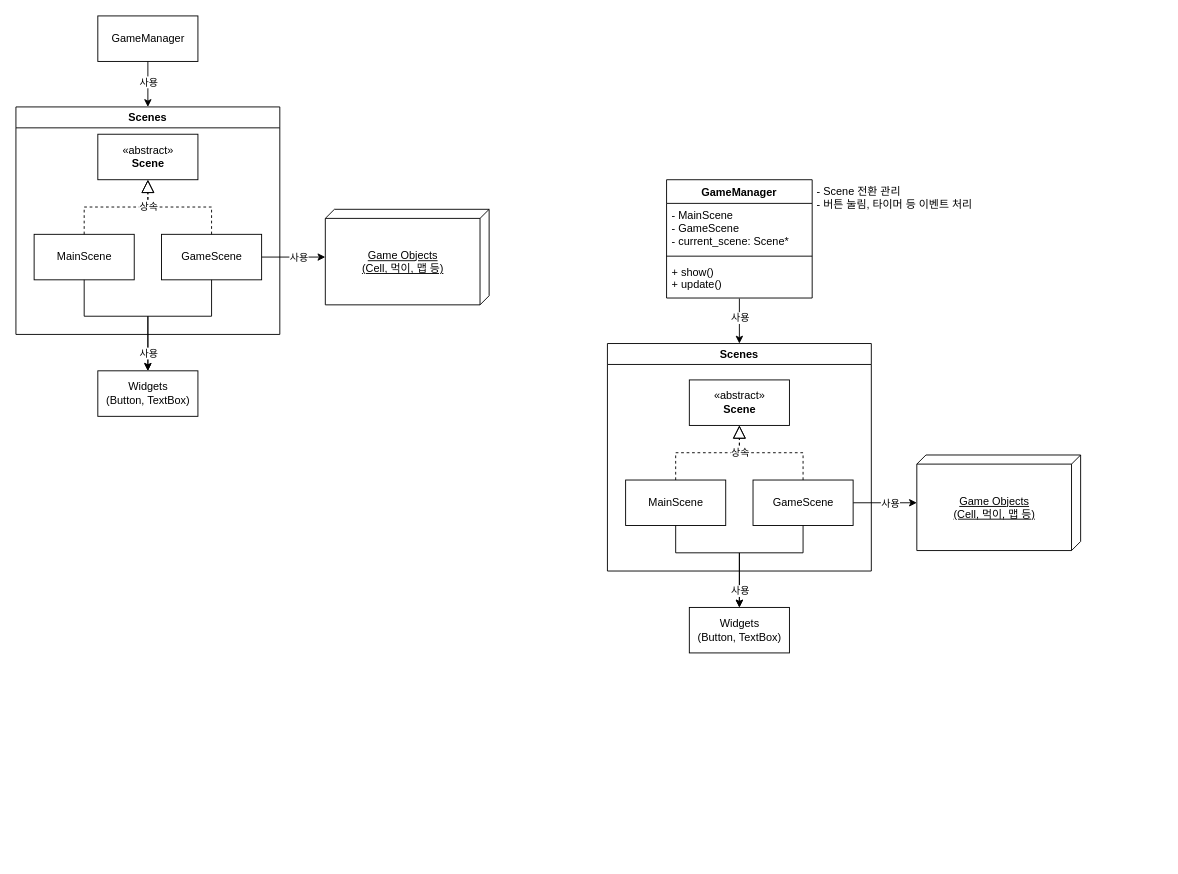
Above: high_level.drawio in Jirung-E/NetGame_Agar (draw.io), before the change. Source tidied: cells renumbered, new cells numbered last; positions are measured from the earlier drawing's top-left corner, leaving out a move shared by most shapes. Both pictures are drawn from the tidied source at 91%, with x=0, y=0 at pixel (15, 15).
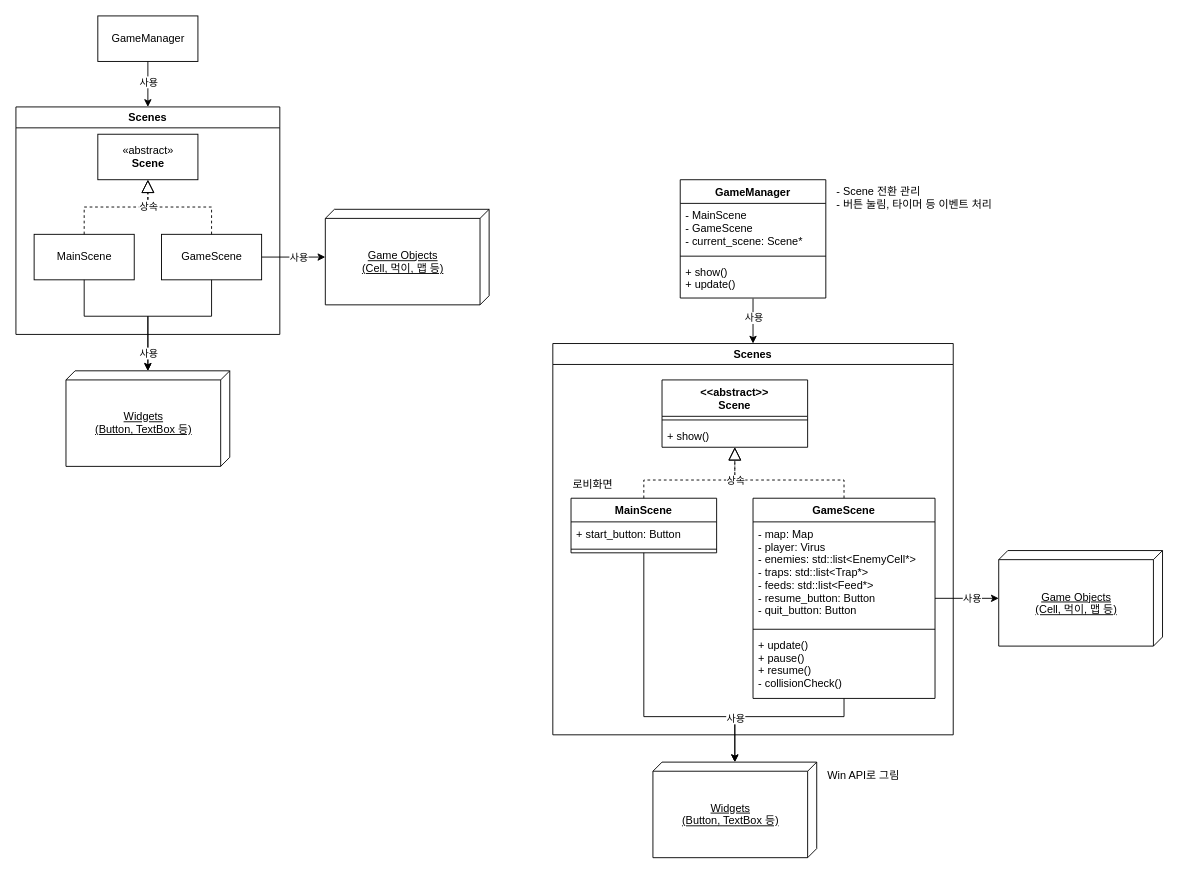
After the change.

Commit message:
high level design

The change refers to these unchanged cells:
```xml
<mxCell id="12" value="MainScene" style="html=1;" parent="11" vertex="1">
  <mxGeometry x="20" y="140" width="110" height="50" as="geometry" />
</mxCell>
<mxCell id="13" value="GameScene" style="html=1;" parent="11" vertex="1">
  <mxGeometry x="160" y="140" width="110" height="50" as="geometry" />
</mxCell>
```

What changed in the source:
```diff
@@
-    <mxCell id="6" value="&amp;nbsp;- Scene 전환 관리&lt;br&gt;&amp;nbsp;- 버튼 눌림, 타이머 등 이벤트 처리" style="text;html=1;strokeColor=none;fillColor=none;align=left;verticalAlign=middle;whiteSpace=wrap;rounded=0;" parent="1" vertex="1">
-      <mxGeometry x="875" y="180" width="195" height="40" as="geometry" />
+    <mxCell id="6" value="- Scene 전환 관리&lt;br&gt;- 버튼 눌림, 타이머 등 이벤트 처리" style="text;html=1;strokeColor=none;fillColor=none;align=left;verticalAlign=middle;whiteSpace=wrap;rounded=0;" parent="1" vertex="1">
+      <mxGeometry x="900" y="180" width="195" height="40" as="geometry" />
     </mxCell>
     <mxCell id="7" value="GameManager" style="swimlane;fontStyle=1;align=center;verticalAlign=top;horizontal=1;startSize=26;" parent="1" vertex="1">
-      <mxGeometry x="715" y="180" width="160" height="130" as="geometry" />
+      <mxGeometry x="730" y="180" width="160" height="130" as="geometry" />
     </mxCell>
@@
-    <mxCell id="18" value="Widgets&lt;br&gt;(Button, TextBox)" style="html=1;" parent="1" vertex="1">
-      <mxGeometry x="90" y="390" width="110" height="50" as="geometry" />
-    </mxCell>
-    <mxCell id="19" style="edgeStyle=none;html=1;exitX=0.5;exitY=1;exitDx=0;exitDy=0;entryX=0.5;entryY=0;entryDx=0;entryDy=0;rounded=0;" parent="1" edge="1" source="12" target="18">
+    <mxCell id="19" style="edgeStyle=none;html=1;exitX=0.5;exitY=1;exitDx=0;exitDy=0;entryX=0.5;entryY=0;entryDx=0;entryDy=0;rounded=0;" parent="1" edge="1" source="12">
       <mxGeometry relative="1" as="geometry">
+        <mxPoint x="145" y="390" as="targetPoint" />
         <Array as="points">
           <mxPoint x="75" y="330" />
           <mxPoint x="145" y="330" />
         </Array>
       </mxGeometry>
     </mxCell>
-    <mxCell id="20" style="edgeStyle=none;html=1;exitX=0.5;exitY=1;exitDx=0;exitDy=0;entryX=0.5;entryY=0;entryDx=0;entryDy=0;rounded=0;" parent="1" edge="1" source="13" target="18">
+    <mxCell id="20" style="edgeStyle=none;html=1;exitX=0.5;exitY=1;exitDx=0;exitDy=0;rounded=0;" parent="1" edge="1" source="13" target="51">
       <mxGeometry relative="1" as="geometry">
         <Array as="points">
           <mxPoint x="215" y="330" />
           <mxPoint x="145" y="330" />
         </Array>
       </mxGeometry>
     </mxCell>
@@
-    <mxCell id="24" style="edgeStyle=none;rounded=0;html=1;exitX=1;exitY=0.5;exitDx=0;exitDy=0;" parent="1" edge="1" source="29" target="26">
+    <mxCell id="24" style="edgeStyle=none;rounded=0;html=1;" parent="1" edge="1" source="29" target="26">
       <mxGeometry relative="1" as="geometry" />
     </mxCell>
@@
     <mxCell id="26" value="&lt;br&gt;&lt;br&gt;Game Objects&lt;br&gt;(Cell, 먹이, 맵 등)" style="verticalAlign=top;align=center;spacingTop=8;spacingLeft=2;spacingRight=12;shape=cube;size=10;direction=south;fontStyle=4;html=1;" parent="1" vertex="1">
-      <mxGeometry x="990" y="482.5" width="180" height="105" as="geometry" />
+      <mxGeometry x="1080" y="587.5" width="180" height="105" as="geometry" />
     </mxCell>
     <mxCell id="27" value="Scenes" style="swimlane;whiteSpace=wrap;html=1;" parent="1" vertex="1">
-      <mxGeometry x="650" y="360" width="290" height="250" as="geometry" />
+      <mxGeometry x="590" y="360" width="440" height="430" as="geometry" />
     </mxCell>
+    <mxCell id="32" style="endArrow=block;dashed=1;endFill=0;endSize=12;html=1;rounded=0;" parent="27" edge="1" source="29" target="40">
+      <mxGeometry relative="1" as="geometry">
+        <Array as="points">
+          <mxPoint x="320" y="150" />
+          <mxPoint x="200" y="150" />
+        </Array>
+      </mxGeometry>
+    </mxCell>
+    <mxCell id="40" value="&lt;&lt;abstract&gt;&gt;&#10;Scene" style="swimlane;fontStyle=1;align=center;verticalAlign=top;horizontal=1;startSize=40;" parent="27" vertex="1">
+      <mxGeometry x="120" y="40" width="160" height="74" as="geometry" />
+    </mxCell>
+    <mxCell id="41" style="line;strokeWidth=1;fillColor=none;align=left;verticalAlign=middle;spacingTop=-1;spacingLeft=3;spacingRight=3;labelPosition=right;strokeColor=inherit;" parent="40" vertex="1">
+      <mxGeometry y="40" width="160" height="8" as="geometry" />
+    </mxCell>
+    <mxCell id="42" value="+ show()" style="text;strokeColor=none;fillColor=none;align=left;verticalAlign=top;spacingLeft=4;spacingRight=4;overflow=hidden;" parent="40" vertex="1">
+      <mxGeometry y="48" width="160" height="26" as="geometry" />
+    </mxCell>
-    <mxCell id="28" value="MainScene" style="html=1;" parent="27" vertex="1">
-      <mxGeometry x="20" y="150" width="110" height="50" as="geometry" />
+    <mxCell id="28" value="MainScene" style="swimlane;fontStyle=1;align=center;verticalAlign=top;horizontal=1;startSize=26;" parent="27" vertex="1">
+      <mxGeometry x="20" y="170" width="160" height="60" as="geometry" />
     </mxCell>
+    <mxCell id="43" value="+ start_button: Button" style="text;strokeColor=none;fillColor=none;align=left;verticalAlign=top;spacingLeft=4;spacingRight=4;overflow=hidden;" parent="28" vertex="1">
+      <mxGeometry y="26" width="160" height="26" as="geometry" />
+    </mxCell>
+    <mxCell id="44" style="line;strokeWidth=1;fillColor=none;align=left;verticalAlign=middle;spacingTop=-1;spacingLeft=3;spacingRight=3;labelPosition=right;strokeColor=inherit;" parent="28" vertex="1">
+      <mxGeometry y="52" width="160" height="8" as="geometry" />
+    </mxCell>
+    <mxCell id="31" style="endArrow=block;dashed=1;endFill=0;endSize=12;html=1;rounded=0;" parent="27" edge="1" source="28" target="40">
+      <mxGeometry relative="1" as="geometry">
+        <Array as="points">
+          <mxPoint x="100" y="150" />
+          <mxPoint x="200" y="150" />
+        </Array>
+      </mxGeometry>
+    </mxCell>
+    <mxCell id="33" value="상속" style="edgeLabel;html=1;align=center;verticalAlign=middle;" parent="31" vertex="1">
+      <mxGeometry x="0.5" relative="1" as="geometry">
+        <mxPoint x="3" as="offset" />
+      </mxGeometry>
+    </mxCell>
-    <mxCell id="29" value="GameScene" style="html=1;" parent="27" vertex="1">
-      <mxGeometry x="160" y="150" width="110" height="50" as="geometry" />
+    <mxCell id="29" value="GameScene" style="swimlane;fontStyle=1;align=center;verticalAlign=top;horizontal=1;startSize=26;" parent="27" vertex="1">
+      <mxGeometry x="220" y="170" width="200" height="220" as="geometry" />
     </mxCell>
-    <mxCell id="30" value="«abstract»&lt;br&gt;&lt;b&gt;Scene&lt;/b&gt;" style="html=1;" parent="27" vertex="1">
-      <mxGeometry x="90" y="40" width="110" height="50" as="geometry" />
-    </mxCell>
-    <mxCell id="31" style="endArrow=block;dashed=1;endFill=0;endSize=12;html=1;rounded=0;exitX=0.5;exitY=0;exitDx=0;exitDy=0;entryX=0.5;entryY=1;entryDx=0;entryDy=0;" parent="27" edge="1" source="28" target="30">
-      <mxGeometry relative="1" as="geometry">
-        <Array as="points">
-          <mxPoint x="75" y="120" />
-          <mxPoint x="145" y="120" />
-        </Array>
-      </mxGeometry>
-    </mxCell>
-    <mxCell id="32" style="endArrow=block;dashed=1;endFill=0;endSize=12;html=1;rounded=0;exitX=0.5;exitY=0;exitDx=0;exitDy=0;entryX=0.5;entryY=1;entryDx=0;entryDy=0;" parent="27" edge="1" source="29" target="30">
-      <mxGeometry relative="1" as="geometry">
-        <Array as="points">
-          <mxPoint x="215" y="120" />
-          <mxPoint x="145" y="120" />
-        </Array>
-      </mxGeometry>
-    </mxCell>
-    <mxCell id="33" value="상속" style="edgeLabel;html=1;align=center;verticalAlign=middle;" parent="32" vertex="1">
-      <mxGeometry x="0.67" relative="1" as="geometry">
-        <mxPoint y="8" as="offset" />
-      </mxGeometry>
-    </mxCell>
-    <mxCell id="34" value="Widgets&lt;br&gt;(Button, TextBox)" style="html=1;" parent="1" vertex="1">
-      <mxGeometry x="740" y="650" width="110" height="50" as="geometry" />
-    </mxCell>
+    <mxCell id="45" value="- map: Map&#10;- player: Virus&#10;- enemies: std::list&lt;EnemyCell*&gt;&#10;- traps: std::list&lt;Trap*&gt;&#10;- feeds: std::list&lt;Feed*&gt;&#10;- resume_button: Button&#10;- quit_button: Button" style="text;strokeColor=none;fillColor=none;align=left;verticalAlign=top;spacingLeft=4;spacingRight=4;overflow=hidden;" parent="29" vertex="1">
+      <mxGeometry y="26" width="200" height="114" as="geometry" />
+    </mxCell>
+    <mxCell id="46" style="line;strokeWidth=1;fillColor=none;align=left;verticalAlign=middle;spacingTop=-1;spacingLeft=3;spacingRight=3;labelPosition=right;strokeColor=inherit;" parent="29" vertex="1">
+      <mxGeometry y="140" width="200" height="8" as="geometry" />
+    </mxCell>
+    <mxCell id="47" value="+ update()&#10;+ pause()&#10;+ resume()&#10;- collisionCheck()&#10;" style="text;strokeColor=none;fillColor=none;align=left;verticalAlign=top;spacingLeft=4;spacingRight=4;overflow=hidden;" parent="29" vertex="1">
+      <mxGeometry y="148" width="200" height="72" as="geometry" />
+    </mxCell>
+    <mxCell id="48" value="로비화면" style="text;html=1;strokeColor=none;fillColor=none;align=left;verticalAlign=middle;whiteSpace=wrap;rounded=0;" parent="27" vertex="1">
+      <mxGeometry x="20" y="140" width="60" height="30" as="geometry" />
+    </mxCell>
-    <mxCell id="35" style="edgeStyle=none;html=1;exitX=0.5;exitY=1;exitDx=0;exitDy=0;entryX=0.5;entryY=0;entryDx=0;entryDy=0;rounded=0;" parent="1" edge="1" source="28" target="34">
+    <mxCell id="35" style="edgeStyle=none;html=1;rounded=0;" parent="1" edge="1" source="28" target="50">
       <mxGeometry relative="1" as="geometry">
         <Array as="points">
-          <mxPoint x="725" y="590" />
-          <mxPoint x="795" y="590" />
+          <mxPoint x="690" y="770" />
+          <mxPoint x="790" y="770" />
         </Array>
       </mxGeometry>
     </mxCell>
-    <mxCell id="36" style="edgeStyle=none;html=1;exitX=0.5;exitY=1;exitDx=0;exitDy=0;entryX=0.5;entryY=0;entryDx=0;entryDy=0;rounded=0;" parent="1" edge="1" source="29" target="34">
+    <mxCell id="36" style="edgeStyle=none;html=1;rounded=0;" parent="1" edge="1" source="29" target="50">
       <mxGeometry relative="1" as="geometry">
         <Array as="points">
-          <mxPoint x="865" y="590" />
-          <mxPoint x="795" y="590" />
+          <mxPoint x="910" y="770" />
+          <mxPoint x="790" y="770" />
         </Array>
       </mxGeometry>
     </mxCell>
     <mxCell id="37" value="사용" style="edgeLabel;html=1;align=center;verticalAlign=middle;" parent="36" vertex="1">
       <mxGeometry x="0.67" relative="1" as="geometry">
-        <mxPoint y="7" as="offset" />
+        <mxPoint y="-18" as="offset" />
       </mxGeometry>
     </mxCell>
@@
+    <mxCell id="49" value="Win API로 그림" style="text;html=1;strokeColor=none;fillColor=none;align=left;verticalAlign=middle;whiteSpace=wrap;rounded=0;" parent="1" vertex="1">
+      <mxGeometry x="890" y="820" width="100" height="30" as="geometry" />
+    </mxCell>
+    <mxCell id="50" value="&lt;br&gt;&lt;br&gt;Widgets&lt;br&gt;(Button, TextBox 등)" style="verticalAlign=top;align=center;spacingTop=8;spacingLeft=2;spacingRight=12;shape=cube;size=10;direction=south;fontStyle=4;html=1;" parent="1" vertex="1">
+      <mxGeometry x="700" y="820" width="180" height="105" as="geometry" />
+    </mxCell>
+    <mxCell id="51" value="&lt;br&gt;&lt;br&gt;Widgets&lt;br&gt;(Button, TextBox 등)" style="verticalAlign=top;align=center;spacingTop=8;spacingLeft=2;spacingRight=12;shape=cube;size=10;direction=south;fontStyle=4;html=1;" parent="1" vertex="1">
+      <mxGeometry x="55" y="390" width="180" height="105" as="geometry" />
+    </mxCell>
```
